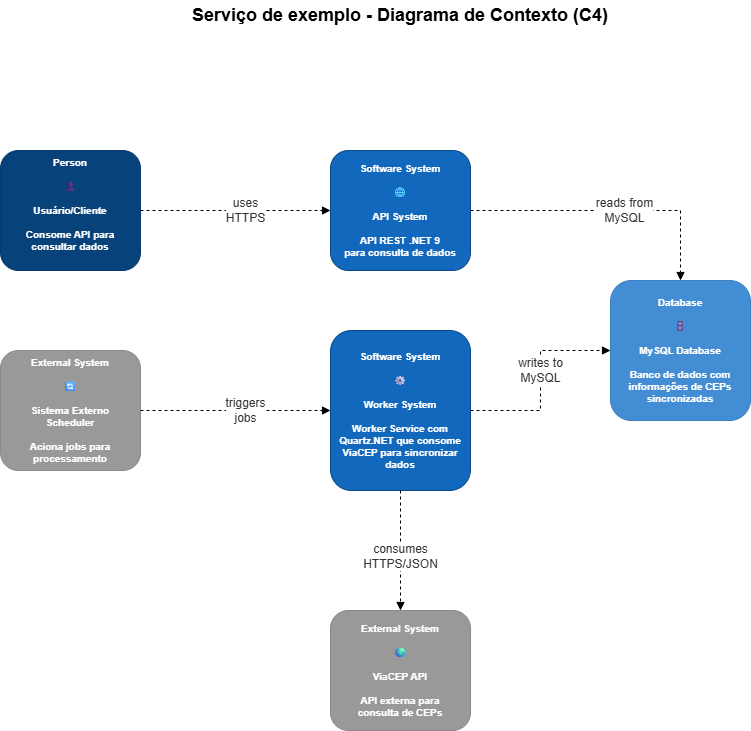
Earlier version of the draw.io export docs/C4-Context.png (LuigiFaganello/ModelProjectNet). Source tidied: cells renumbered, new cells last; positions are measured from the earlier drawing's top-left corner, leaving out a move shared by most shapes.
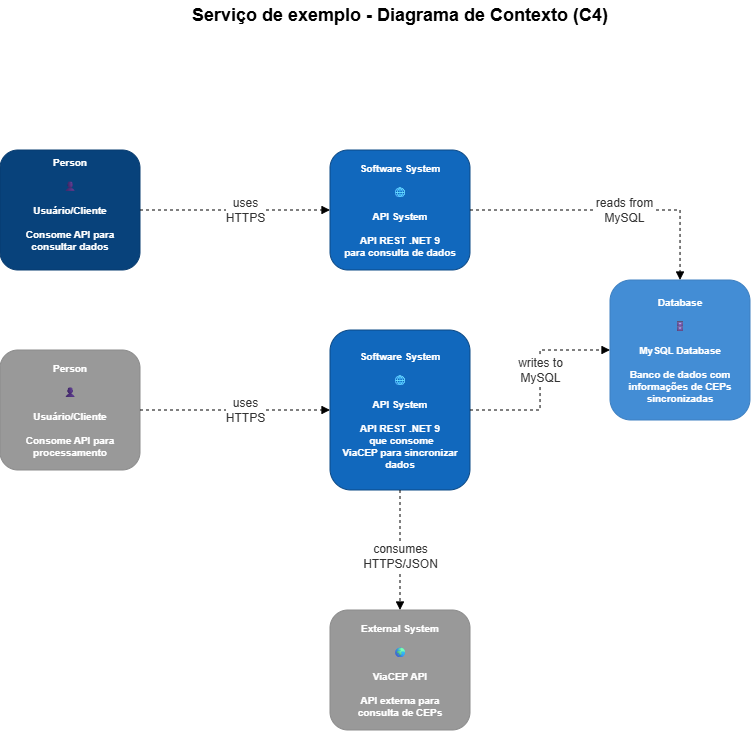
The same file after the commit.

Commit message:
Update architecture diagrams and remove unused Quartz job configuration

Change to the diagram source:
```diff
@@ -8,7 +8,7 @@
     <mxCell id="3" value="Person&#10;&#10;👤&#10;&#10;Usuário/Cliente&#10;&#10;Consome API para&#10;consultar dados" style="rounded=1;whiteSpace=wrap;html=1;fillColor=#08427b;strokeColor=#073B6F;fontColor=white;fontSize=10;fontStyle=1;verticalAlign=top;" parent="1" vertex="1">
       <mxGeometry y="150" width="140" height="120" as="geometry" />
     </mxCell>
-    <mxCell id="4" value="External System&#10;&#10;🔄&#10;&#10;Sistema Externo&#10;Scheduler&#10;&#10;Aciona jobs para&#10;processamento" style="rounded=1;whiteSpace=wrap;html=1;fillColor=#999999;strokeColor=#8A8A8A;fontColor=white;fontSize=10;fontStyle=1;verticalAlign=middle;" parent="1" vertex="1">
+    <mxCell id="4" value="Person&lt;br&gt;&lt;br&gt;👤&lt;br&gt;&lt;br&gt;Usuário/Cliente&lt;br&gt;&lt;br&gt;Consome API para&lt;br&gt;processamento" style="rounded=1;whiteSpace=wrap;html=1;fillColor=#999999;strokeColor=#8A8A8A;fontColor=white;fontSize=10;fontStyle=1;verticalAlign=middle;" parent="1" vertex="1">
       <mxGeometry y="350" width="140" height="120" as="geometry" />
     </mxCell>
     <mxCell id="5" value="External System&#10;&#10;🌍&#10;&#10;ViaCEP API&#10;&#10;API externa para&#10;consulta de CEPs" style="rounded=1;whiteSpace=wrap;html=1;fillColor=#999999;strokeColor=#8A8A8A;fontColor=white;fontSize=10;fontStyle=1;" parent="1" vertex="1">
@@ -17,7 +17,7 @@
     <mxCell id="6" value="Software System&#10;&#10;🌐&#10;&#10;API System&#10;&#10;API REST .NET 9&#10;para consulta de dados" style="rounded=1;whiteSpace=wrap;html=1;fillColor=#1168bd;strokeColor=#0b4884;fontColor=white;fontSize=10;fontStyle=1;verticalAlign=middle;" parent="1" vertex="1">
       <mxGeometry x="330" y="150" width="140" height="120" as="geometry" />
     </mxCell>
-    <mxCell id="7" value="Software System&#10;&#10;⚙️&#10;&#10;Worker System&#10;&#10;Worker Service com&#10;Quartz.NET que consome&#10;ViaCEP para sincronizar dados" style="rounded=1;whiteSpace=wrap;html=1;fillColor=#1168bd;strokeColor=#0b4884;fontColor=white;fontSize=10;fontStyle=1;" parent="1" vertex="1">
+    <mxCell id="7" value="Software System&lt;br&gt;&lt;br&gt;🌐&lt;br&gt;&lt;br&gt;API System&lt;br&gt;&lt;br&gt;API REST .NET 9&lt;br&gt;&amp;nbsp;que consome&lt;br&gt;ViaCEP para sincronizar dados" style="rounded=1;whiteSpace=wrap;html=1;fillColor=#1168bd;strokeColor=#0b4884;fontColor=white;fontSize=10;fontStyle=1;" parent="1" vertex="1">
       <mxGeometry x="330" y="330" width="140" height="160" as="geometry" />
     </mxCell>
     <mxCell id="8" value="Database&#10;&#10;🗄️&#10;&#10;MySQL Database&#10;&#10;Banco de dados com&#10;informações de CEPs&#10;sincronizadas" style="rounded=1;whiteSpace=wrap;html=1;fillColor=#438dd5;strokeColor=#3C7FC0;fontColor=white;fontSize=10;fontStyle=1;" parent="1" vertex="1">
@@ -26,7 +26,7 @@
     <mxCell id="9" value="uses&#10;HTTPS" style="edgeStyle=orthogonalEdgeStyle;rounded=0;jettySize=auto;html=1;dashed=1;fontSize=12;fontColor=#333333;startArrow=none;endArrow=block;endFill=1;flowAnimation=1;" parent="1" edge="1" source="3" target="6">
       <mxGeometry x="0.1" relative="1" as="geometry" />
     </mxCell>
-    <mxCell id="10" value="triggers&#10;jobs" style="edgeStyle=orthogonalEdgeStyle;rounded=0;jettySize=auto;html=1;dashed=1;fontSize=12;fontColor=#333333;startArrow=none;endArrow=block;endFill=1;flowAnimation=1;" parent="1" edge="1" source="4" target="7">
+    <mxCell id="10" value="uses&lt;br&gt;HTTPS" style="edgeStyle=orthogonalEdgeStyle;rounded=0;jettySize=auto;html=1;dashed=1;fontSize=12;fontColor=#333333;startArrow=none;endArrow=block;endFill=1;flowAnimation=1;" parent="1" edge="1" source="4" target="7">
       <mxGeometry x="0.1" relative="1" as="geometry" />
     </mxCell>
     <mxCell id="11" value="reads from&#10;MySQL" style="edgeStyle=orthogonalEdgeStyle;rounded=0;jettySize=auto;html=1;dashed=1;fontSize=12;fontColor=#333333;startArrow=none;endArrow=block;endFill=1;flowAnimation=1;" parent="1" edge="1" source="6" target="8">
```
